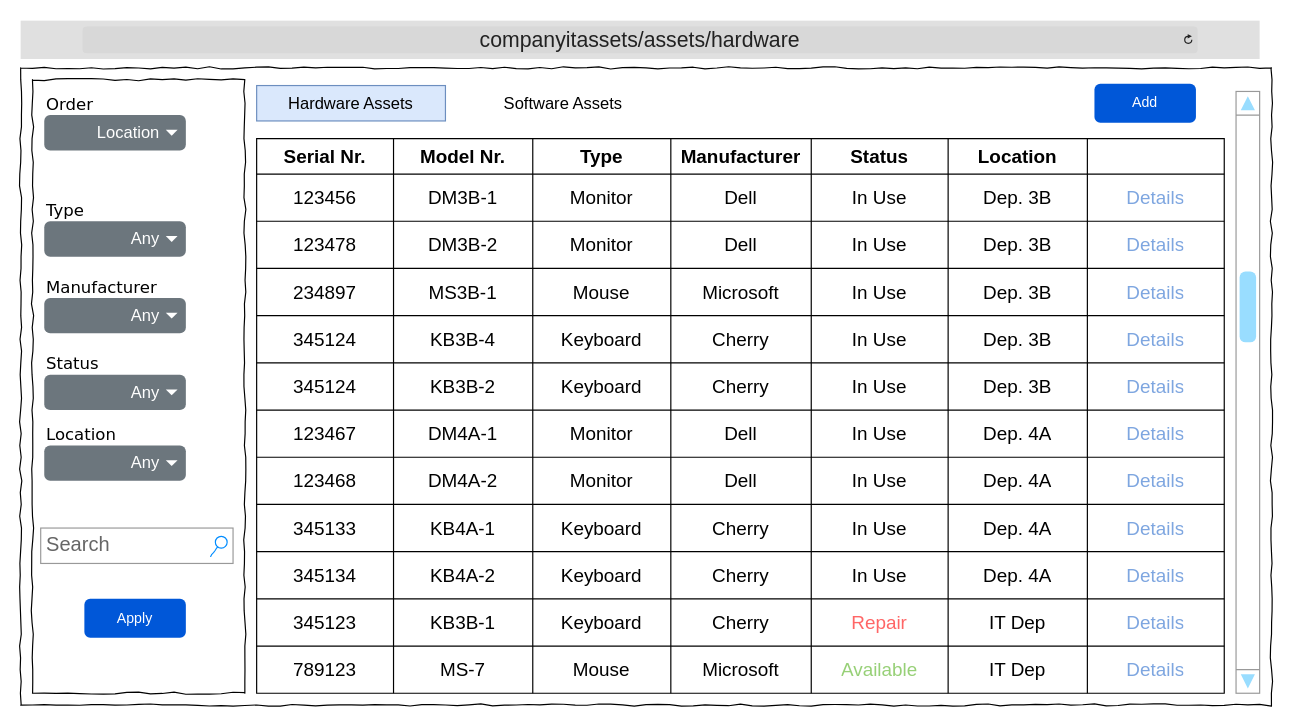
Before: Wireframes/ITAT_HWAssets_Index.drawio in TRed91/ITAssetTracking, a draw.io diagram. Source tidied: cells renumbered, new cells numbered last; positions are measured from the earlier drawing's top-left corner, leaving out a move shared by most shapes. Both pictures are drawn from the tidied source at 118%, with x=0, y=0 at pixel (20, 20).
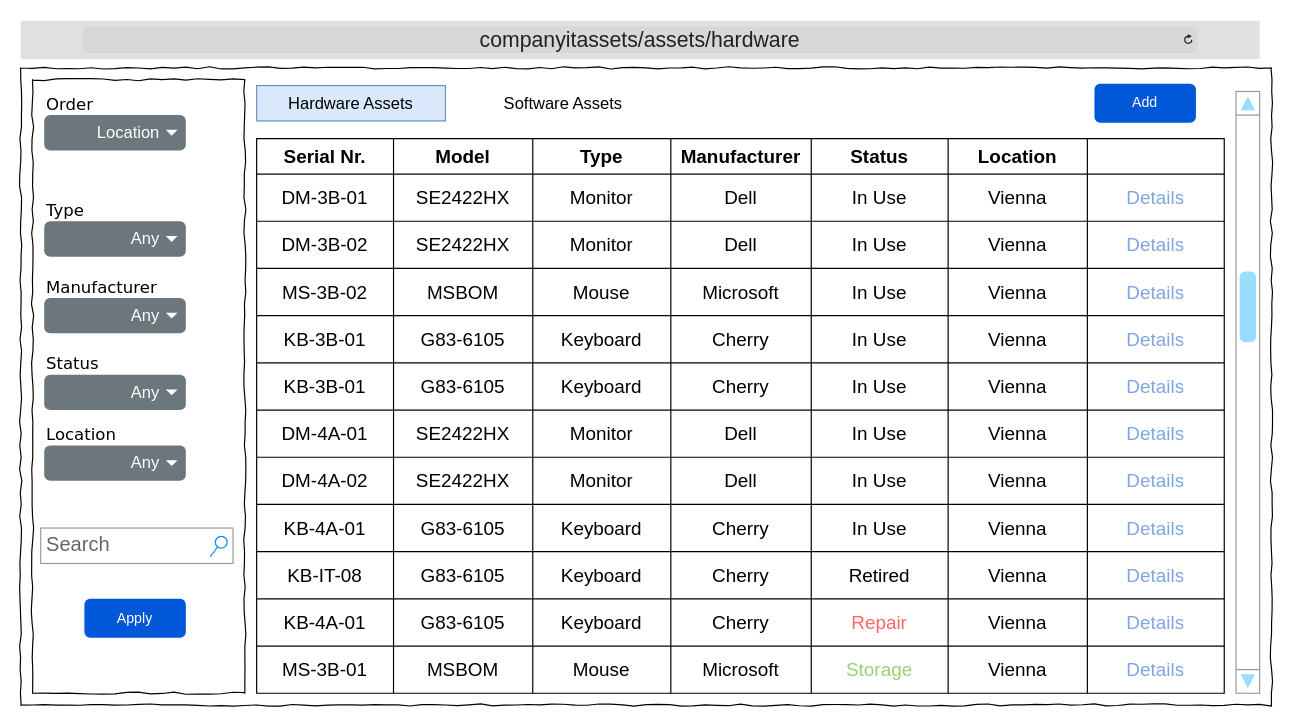
The same diagram, later.

The change refers to these unchanged cells:
```xml
<mxCell id="6" style="shape=tableRow;horizontal=0;startSize=0;swimlaneHead=0;swimlaneBody=0;strokeColor=inherit;top=0;left=0;bottom=0;right=0;fillColor=none;fontSize=16;" parent="5" vertex="1">
  <mxGeometry width="820" height="30" as="geometry" />
</mxCell>
<mxCell id="14" style="shape=tableRow;horizontal=0;startSize=0;swimlaneHead=0;swimlaneBody=0;strokeColor=inherit;top=0;left=0;bottom=0;right=0;fillColor=none;fontSize=16;" parent="5" vertex="1">
  <mxGeometry y="30" width="820" height="40" as="geometry" />
</mxCell>
<mxCell id="22" style="shape=tableRow;horizontal=0;startSize=0;swimlaneHead=0;swimlaneBody=0;strokeColor=inherit;top=0;left=0;bottom=0;right=0;fillColor=none;fontSize=16;" parent="5" vertex="1">
  <mxGeometry y="70" width="820" height="40" as="geometry" />
</mxCell>
<mxCell id="30" style="shape=tableRow;horizontal=0;startSize=0;swimlaneHead=0;swimlaneBody=0;strokeColor=inherit;top=0;left=0;bottom=0;right=0;fillColor=none;fontSize=16;" parent="5" vertex="1">
  <mxGeometry y="110" width="820" height="40" as="geometry" />
</mxCell>
<mxCell id="38" style="shape=tableRow;horizontal=0;startSize=0;swimlaneHead=0;swimlaneBody=0;strokeColor=inherit;top=0;left=0;bottom=0;right=0;fillColor=none;fontSize=16;" parent="5" vertex="1">
  <mxGeometry y="150" width="820" height="40" as="geometry" />
</mxCell>
<mxCell id="46" style="shape=tableRow;horizontal=0;startSize=0;swimlaneHead=0;swimlaneBody=0;strokeColor=inherit;top=0;left=0;bottom=0;right=0;fillColor=none;fontSize=16;" parent="5" vertex="1">
  <mxGeometry y="190" width="820" height="40" as="geometry" />
</mxCell>
<mxCell id="54" style="shape=tableRow;horizontal=0;startSize=0;swimlaneHead=0;swimlaneBody=0;strokeColor=inherit;top=0;left=0;bottom=0;right=0;fillColor=none;fontSize=16;" parent="5" vertex="1">
  <mxGeometry y="230" width="820" height="40" as="geometry" />
</mxCell>
<mxCell id="62" style="shape=tableRow;horizontal=0;startSize=0;swimlaneHead=0;swimlaneBody=0;strokeColor=inherit;top=0;left=0;bottom=0;right=0;fillColor=none;fontSize=16;" parent="5" vertex="1">
  <mxGeometry y="270" width="820" height="40" as="geometry" />
</mxCell>
<mxCell id="70" style="shape=tableRow;horizontal=0;startSize=0;swimlaneHead=0;swimlaneBody=0;strokeColor=inherit;top=0;left=0;bottom=0;right=0;fillColor=none;fontSize=16;" parent="5" vertex="1">
  <mxGeometry y="310" width="820" height="40" as="geometry" />
</mxCell>
<mxCell id="78" style="shape=tableRow;horizontal=0;startSize=0;swimlaneHead=0;swimlaneBody=0;strokeColor=inherit;top=0;left=0;bottom=0;right=0;fillColor=none;fontSize=16;" parent="5" vertex="1">
  <mxGeometry y="350" width="820" height="40" as="geometry" />
</mxCell>
<mxCell id="86" style="shape=tableRow;horizontal=0;startSize=0;swimlaneHead=0;swimlaneBody=0;strokeColor=inherit;top=0;left=0;bottom=0;right=0;fillColor=none;fontSize=16;" parent="5" vertex="1">
  <mxGeometry y="390" width="820" height="40" as="geometry" />
</mxCell>
<mxCell id="94" style="shape=tableRow;horizontal=0;startSize=0;swimlaneHead=0;swimlaneBody=0;strokeColor=inherit;top=0;left=0;bottom=0;right=0;fillColor=none;fontSize=16;" parent="5" vertex="1">
  <mxGeometry y="430" width="820" height="40" as="geometry" />
</mxCell>
```

Diff of the diagram source:
```diff
@@
-    <mxCell id="8" value="&lt;b&gt;Model Nr.&lt;/b&gt;" style="shape=partialRectangle;html=1;whiteSpace=wrap;strokeColor=inherit;overflow=hidden;fillColor=none;top=0;left=0;bottom=0;right=0;fontSize=16;" parent="6" vertex="1">
+    <mxCell id="8" value="&lt;b&gt;Model&lt;/b&gt;" style="shape=partialRectangle;html=1;whiteSpace=wrap;strokeColor=inherit;overflow=hidden;fillColor=none;top=0;left=0;bottom=0;right=0;fontSize=16;" parent="6" vertex="1">
       <mxGeometry x="116" width="118" height="30" as="geometry" />
     </mxCell>
@@
-    <mxCell id="15" value="123456" style="shape=partialRectangle;html=1;whiteSpace=wrap;strokeColor=inherit;overflow=hidden;fillColor=none;top=0;left=0;bottom=0;right=0;fontSize=16;" parent="14" vertex="1">
+    <mxCell id="15" value="DM-3B-01" style="shape=partialRectangle;html=1;whiteSpace=wrap;strokeColor=inherit;overflow=hidden;fillColor=none;top=0;left=0;bottom=0;right=0;fontSize=16;" parent="14" vertex="1">
       <mxGeometry width="116" height="40" as="geometry" />
     </mxCell>
-    <mxCell id="16" value="DM3B-1" style="shape=partialRectangle;html=1;whiteSpace=wrap;strokeColor=inherit;overflow=hidden;fillColor=none;top=0;left=0;bottom=0;right=0;fontSize=16;" parent="14" vertex="1">
+    <mxCell id="16" value="SE2422HX" style="shape=partialRectangle;html=1;whiteSpace=wrap;strokeColor=inherit;overflow=hidden;fillColor=none;top=0;left=0;bottom=0;right=0;fontSize=16;" parent="14" vertex="1">
       <mxGeometry x="116" width="118" height="40" as="geometry" />
     </mxCell>
@@
-    <mxCell id="20" value="Dep. 3B" style="shape=partialRectangle;html=1;whiteSpace=wrap;strokeColor=inherit;overflow=hidden;fillColor=none;top=0;left=0;bottom=0;right=0;fontSize=16;" parent="14" vertex="1">
+    <mxCell id="20" value="Vienna" style="shape=partialRectangle;html=1;whiteSpace=wrap;strokeColor=inherit;overflow=hidden;fillColor=none;top=0;left=0;bottom=0;right=0;fontSize=16;" parent="14" vertex="1">
       <mxGeometry x="586" width="118" height="40" as="geometry" />
     </mxCell>
@@
-    <mxCell id="23" value="123478" style="shape=partialRectangle;html=1;whiteSpace=wrap;strokeColor=inherit;overflow=hidden;fillColor=none;top=0;left=0;bottom=0;right=0;fontSize=16;" parent="22" vertex="1">
+    <mxCell id="23" value="DM-3B-02" style="shape=partialRectangle;html=1;whiteSpace=wrap;strokeColor=inherit;overflow=hidden;fillColor=none;top=0;left=0;bottom=0;right=0;fontSize=16;" parent="22" vertex="1">
       <mxGeometry width="116" height="40" as="geometry" />
     </mxCell>
-    <mxCell id="24" value="DM3B-2" style="shape=partialRectangle;html=1;whiteSpace=wrap;strokeColor=inherit;overflow=hidden;fillColor=none;top=0;left=0;bottom=0;right=0;fontSize=16;" parent="22" vertex="1">
+    <mxCell id="24" value="SE2422HX" style="shape=partialRectangle;html=1;whiteSpace=wrap;strokeColor=inherit;overflow=hidden;fillColor=none;top=0;left=0;bottom=0;right=0;fontSize=16;" parent="22" vertex="1">
       <mxGeometry x="116" width="118" height="40" as="geometry" />
     </mxCell>
@@
-    <mxCell id="28" value="Dep. 3B" style="shape=partialRectangle;html=1;whiteSpace=wrap;strokeColor=inherit;overflow=hidden;fillColor=none;top=0;left=0;bottom=0;right=0;fontSize=16;" parent="22" vertex="1">
+    <mxCell id="28" value="Vienna" style="shape=partialRectangle;html=1;whiteSpace=wrap;strokeColor=inherit;overflow=hidden;fillColor=none;top=0;left=0;bottom=0;right=0;fontSize=16;" parent="22" vertex="1">
       <mxGeometry x="586" width="118" height="40" as="geometry" />
     </mxCell>
@@
-    <mxCell id="31" value="234897" style="shape=partialRectangle;html=1;whiteSpace=wrap;strokeColor=inherit;overflow=hidden;fillColor=none;top=0;left=0;bottom=0;right=0;fontSize=16;" parent="30" vertex="1">
+    <mxCell id="31" value="MS-3B-02" style="shape=partialRectangle;html=1;whiteSpace=wrap;strokeColor=inherit;overflow=hidden;fillColor=none;top=0;left=0;bottom=0;right=0;fontSize=16;" parent="30" vertex="1">
       <mxGeometry width="116" height="40" as="geometry" />
     </mxCell>
-    <mxCell id="32" value="MS3B-1" style="shape=partialRectangle;html=1;whiteSpace=wrap;strokeColor=inherit;overflow=hidden;fillColor=none;top=0;left=0;bottom=0;right=0;fontSize=16;" parent="30" vertex="1">
+    <mxCell id="32" value="MSBOM" style="shape=partialRectangle;html=1;whiteSpace=wrap;strokeColor=inherit;overflow=hidden;fillColor=none;top=0;left=0;bottom=0;right=0;fontSize=16;" parent="30" vertex="1">
       <mxGeometry x="116" width="118" height="40" as="geometry" />
     </mxCell>
@@
-    <mxCell id="36" value="Dep. 3B" style="shape=partialRectangle;html=1;whiteSpace=wrap;strokeColor=inherit;overflow=hidden;fillColor=none;top=0;left=0;bottom=0;right=0;fontSize=16;" parent="30" vertex="1">
+    <mxCell id="36" value="Vienna" style="shape=partialRectangle;html=1;whiteSpace=wrap;strokeColor=inherit;overflow=hidden;fillColor=none;top=0;left=0;bottom=0;right=0;fontSize=16;" parent="30" vertex="1">
       <mxGeometry x="586" width="118" height="40" as="geometry" />
     </mxCell>
@@
-    <mxCell id="39" value="345124" style="shape=partialRectangle;html=1;whiteSpace=wrap;strokeColor=inherit;overflow=hidden;fillColor=none;top=0;left=0;bottom=0;right=0;fontSize=16;" parent="38" vertex="1">
+    <mxCell id="39" value="KB-3B-01" style="shape=partialRectangle;html=1;whiteSpace=wrap;strokeColor=inherit;overflow=hidden;fillColor=none;top=0;left=0;bottom=0;right=0;fontSize=16;" parent="38" vertex="1">
       <mxGeometry width="116" height="40" as="geometry" />
     </mxCell>
-    <mxCell id="40" value="KB3B-4" style="shape=partialRectangle;html=1;whiteSpace=wrap;strokeColor=inherit;overflow=hidden;fillColor=none;top=0;left=0;bottom=0;right=0;fontSize=16;" parent="38" vertex="1">
+    <mxCell id="40" value="G83-6105" style="shape=partialRectangle;html=1;whiteSpace=wrap;strokeColor=inherit;overflow=hidden;fillColor=none;top=0;left=0;bottom=0;right=0;fontSize=16;" parent="38" vertex="1">
       <mxGeometry x="116" width="118" height="40" as="geometry" />
     </mxCell>
@@
-    <mxCell id="44" value="Dep. 3B" style="shape=partialRectangle;html=1;whiteSpace=wrap;strokeColor=inherit;overflow=hidden;fillColor=none;top=0;left=0;bottom=0;right=0;fontSize=16;" parent="38" vertex="1">
+    <mxCell id="44" value="Vienna" style="shape=partialRectangle;html=1;whiteSpace=wrap;strokeColor=inherit;overflow=hidden;fillColor=none;top=0;left=0;bottom=0;right=0;fontSize=16;" parent="38" vertex="1">
       <mxGeometry x="586" width="118" height="40" as="geometry" />
     </mxCell>
@@
-    <mxCell id="47" value="345124" style="shape=partialRectangle;html=1;whiteSpace=wrap;strokeColor=inherit;overflow=hidden;fillColor=none;top=0;left=0;bottom=0;right=0;fontSize=16;" parent="46" vertex="1">
+    <mxCell id="47" value="KB-3B-01" style="shape=partialRectangle;html=1;whiteSpace=wrap;strokeColor=inherit;overflow=hidden;fillColor=none;top=0;left=0;bottom=0;right=0;fontSize=16;" parent="46" vertex="1">
       <mxGeometry width="116" height="40" as="geometry" />
     </mxCell>
-    <mxCell id="48" value="KB3B-2" style="shape=partialRectangle;html=1;whiteSpace=wrap;strokeColor=inherit;overflow=hidden;fillColor=none;top=0;left=0;bottom=0;right=0;fontSize=16;" parent="46" vertex="1">
+    <mxCell id="48" value="G83-6105" style="shape=partialRectangle;html=1;whiteSpace=wrap;strokeColor=inherit;overflow=hidden;fillColor=none;top=0;left=0;bottom=0;right=0;fontSize=16;" parent="46" vertex="1">
       <mxGeometry x="116" width="118" height="40" as="geometry" />
     </mxCell>
@@
-    <mxCell id="52" value="Dep. 3B" style="shape=partialRectangle;html=1;whiteSpace=wrap;strokeColor=inherit;overflow=hidden;fillColor=none;top=0;left=0;bottom=0;right=0;fontSize=16;" parent="46" vertex="1">
+    <mxCell id="52" value="Vienna" style="shape=partialRectangle;html=1;whiteSpace=wrap;strokeColor=inherit;overflow=hidden;fillColor=none;top=0;left=0;bottom=0;right=0;fontSize=16;" parent="46" vertex="1">
       <mxGeometry x="586" width="118" height="40" as="geometry" />
     </mxCell>
@@
-    <mxCell id="55" value="123467" style="shape=partialRectangle;html=1;whiteSpace=wrap;strokeColor=inherit;overflow=hidden;fillColor=none;top=0;left=0;bottom=0;right=0;fontSize=16;" parent="54" vertex="1">
+    <mxCell id="55" value="DM-4A-01" style="shape=partialRectangle;html=1;whiteSpace=wrap;strokeColor=inherit;overflow=hidden;fillColor=none;top=0;left=0;bottom=0;right=0;fontSize=16;" parent="54" vertex="1">
       <mxGeometry width="116" height="40" as="geometry" />
     </mxCell>
-    <mxCell id="56" value="DM4A-1" style="shape=partialRectangle;html=1;whiteSpace=wrap;strokeColor=inherit;overflow=hidden;fillColor=none;top=0;left=0;bottom=0;right=0;fontSize=16;" parent="54" vertex="1">
+    <mxCell id="56" value="SE2422HX" style="shape=partialRectangle;html=1;whiteSpace=wrap;strokeColor=inherit;overflow=hidden;fillColor=none;top=0;left=0;bottom=0;right=0;fontSize=16;" parent="54" vertex="1">
       <mxGeometry x="116" width="118" height="40" as="geometry" />
     </mxCell>
@@
-    <mxCell id="60" value="Dep. 4A" style="shape=partialRectangle;html=1;whiteSpace=wrap;strokeColor=inherit;overflow=hidden;fillColor=none;top=0;left=0;bottom=0;right=0;fontSize=16;" parent="54" vertex="1">
+    <mxCell id="60" value="Vienna" style="shape=partialRectangle;html=1;whiteSpace=wrap;strokeColor=inherit;overflow=hidden;fillColor=none;top=0;left=0;bottom=0;right=0;fontSize=16;" parent="54" vertex="1">
       <mxGeometry x="586" width="118" height="40" as="geometry" />
     </mxCell>
@@
-    <mxCell id="63" value="123468" style="shape=partialRectangle;html=1;whiteSpace=wrap;strokeColor=inherit;overflow=hidden;fillColor=none;top=0;left=0;bottom=0;right=0;fontSize=16;" parent="62" vertex="1">
+    <mxCell id="63" value="DM-4A-02" style="shape=partialRectangle;html=1;whiteSpace=wrap;strokeColor=inherit;overflow=hidden;fillColor=none;top=0;left=0;bottom=0;right=0;fontSize=16;" parent="62" vertex="1">
       <mxGeometry width="116" height="40" as="geometry" />
     </mxCell>
-    <mxCell id="64" value="DM4A-2" style="shape=partialRectangle;html=1;whiteSpace=wrap;strokeColor=inherit;overflow=hidden;fillColor=none;top=0;left=0;bottom=0;right=0;fontSize=16;" parent="62" vertex="1">
+    <mxCell id="64" value="SE2422HX" style="shape=partialRectangle;html=1;whiteSpace=wrap;strokeColor=inherit;overflow=hidden;fillColor=none;top=0;left=0;bottom=0;right=0;fontSize=16;" parent="62" vertex="1">
       <mxGeometry x="116" width="118" height="40" as="geometry" />
     </mxCell>
@@
-    <mxCell id="68" value="Dep. 4A" style="shape=partialRectangle;html=1;whiteSpace=wrap;strokeColor=inherit;overflow=hidden;fillColor=none;top=0;left=0;bottom=0;right=0;fontSize=16;" parent="62" vertex="1">
+    <mxCell id="68" value="Vienna" style="shape=partialRectangle;html=1;whiteSpace=wrap;strokeColor=inherit;overflow=hidden;fillColor=none;top=0;left=0;bottom=0;right=0;fontSize=16;" parent="62" vertex="1">
       <mxGeometry x="586" width="118" height="40" as="geometry" />
     </mxCell>
@@
-    <mxCell id="71" value="345133" style="shape=partialRectangle;html=1;whiteSpace=wrap;strokeColor=inherit;overflow=hidden;fillColor=none;top=0;left=0;bottom=0;right=0;fontSize=16;" parent="70" vertex="1">
+    <mxCell id="71" value="KB-4A-01" style="shape=partialRectangle;html=1;whiteSpace=wrap;strokeColor=inherit;overflow=hidden;fillColor=none;top=0;left=0;bottom=0;right=0;fontSize=16;" parent="70" vertex="1">
       <mxGeometry width="116" height="40" as="geometry" />
     </mxCell>
-    <mxCell id="72" value="KB4A-1" style="shape=partialRectangle;html=1;whiteSpace=wrap;strokeColor=inherit;overflow=hidden;fillColor=none;top=0;left=0;bottom=0;right=0;fontSize=16;" parent="70" vertex="1">
+    <mxCell id="72" value="G83-6105" style="shape=partialRectangle;html=1;whiteSpace=wrap;strokeColor=inherit;overflow=hidden;fillColor=none;top=0;left=0;bottom=0;right=0;fontSize=16;" parent="70" vertex="1">
       <mxGeometry x="116" width="118" height="40" as="geometry" />
     </mxCell>
@@
-    <mxCell id="76" value="Dep. 4A" style="shape=partialRectangle;html=1;whiteSpace=wrap;strokeColor=inherit;overflow=hidden;fillColor=none;top=0;left=0;bottom=0;right=0;fontSize=16;" parent="70" vertex="1">
+    <mxCell id="76" value="Vienna" style="shape=partialRectangle;html=1;whiteSpace=wrap;strokeColor=inherit;overflow=hidden;fillColor=none;top=0;left=0;bottom=0;right=0;fontSize=16;" parent="70" vertex="1">
       <mxGeometry x="586" width="118" height="40" as="geometry" />
     </mxCell>
@@
-    <mxCell id="79" value="345134" style="shape=partialRectangle;html=1;whiteSpace=wrap;strokeColor=inherit;overflow=hidden;fillColor=none;top=0;left=0;bottom=0;right=0;fontSize=16;" parent="78" vertex="1">
+    <mxCell id="79" value="KB-IT-08" style="shape=partialRectangle;html=1;whiteSpace=wrap;strokeColor=inherit;overflow=hidden;fillColor=none;top=0;left=0;bottom=0;right=0;fontSize=16;" parent="78" vertex="1">
       <mxGeometry width="116" height="40" as="geometry" />
     </mxCell>
-    <mxCell id="80" value="KB4A-2" style="shape=partialRectangle;html=1;whiteSpace=wrap;strokeColor=inherit;overflow=hidden;fillColor=none;top=0;left=0;bottom=0;right=0;fontSize=16;" parent="78" vertex="1">
+    <mxCell id="80" value="G83-6105" style="shape=partialRectangle;html=1;whiteSpace=wrap;strokeColor=inherit;overflow=hidden;fillColor=none;top=0;left=0;bottom=0;right=0;fontSize=16;" parent="78" vertex="1">
       <mxGeometry x="116" width="118" height="40" as="geometry" />
     </mxCell>
@@
-    <mxCell id="83" value="In Use" style="shape=partialRectangle;html=1;whiteSpace=wrap;strokeColor=inherit;overflow=hidden;fillColor=none;top=0;left=0;bottom=0;right=0;fontSize=16;" parent="78" vertex="1">
+    <mxCell id="83" value="&lt;font style=&quot;color: light-dark(rgb(0, 0, 0), rgb(255, 102, 102));&quot;&gt;Retired&lt;/font&gt;" style="shape=partialRectangle;html=1;whiteSpace=wrap;strokeColor=inherit;overflow=hidden;fillColor=none;top=0;left=0;bottom=0;right=0;fontSize=16;" parent="78" vertex="1">
       <mxGeometry x="470" width="116" height="40" as="geometry" />
     </mxCell>
-    <mxCell id="84" value="Dep. 4A" style="shape=partialRectangle;html=1;whiteSpace=wrap;strokeColor=inherit;overflow=hidden;fillColor=none;top=0;left=0;bottom=0;right=0;fontSize=16;" parent="78" vertex="1">
+    <mxCell id="84" value="Vienna" style="shape=partialRectangle;html=1;whiteSpace=wrap;strokeColor=inherit;overflow=hidden;fillColor=none;top=0;left=0;bottom=0;right=0;fontSize=16;" parent="78" vertex="1">
       <mxGeometry x="586" width="118" height="40" as="geometry" />
     </mxCell>
@@
-    <mxCell id="87" value="345123" style="shape=partialRectangle;html=1;whiteSpace=wrap;strokeColor=inherit;overflow=hidden;fillColor=none;top=0;left=0;bottom=0;right=0;fontSize=16;" parent="86" vertex="1">
+    <mxCell id="87" value="KB-4A-01" style="shape=partialRectangle;html=1;whiteSpace=wrap;strokeColor=inherit;overflow=hidden;fillColor=none;top=0;left=0;bottom=0;right=0;fontSize=16;" parent="86" vertex="1">
       <mxGeometry width="116" height="40" as="geometry" />
     </mxCell>
-    <mxCell id="88" value="KB3B-1" style="shape=partialRectangle;html=1;whiteSpace=wrap;strokeColor=inherit;overflow=hidden;fillColor=none;top=0;left=0;bottom=0;right=0;fontSize=16;" parent="86" vertex="1">
+    <mxCell id="88" value="G83-6105" style="shape=partialRectangle;html=1;whiteSpace=wrap;strokeColor=inherit;overflow=hidden;fillColor=none;top=0;left=0;bottom=0;right=0;fontSize=16;" parent="86" vertex="1">
       <mxGeometry x="116" width="118" height="40" as="geometry" />
     </mxCell>
@@
-    <mxCell id="91" value="&lt;font color=&quot;#ff6666&quot;&gt;Repair&lt;/font&gt;" style="shape=partialRectangle;html=1;whiteSpace=wrap;strokeColor=inherit;overflow=hidden;fillColor=none;top=0;left=0;bottom=0;right=0;fontSize=16;" parent="86" vertex="1">
+    <mxCell id="91" value="&lt;font style=&quot;color: light-dark(rgb(255, 102, 102), rgb(255, 153, 51));&quot;&gt;Repair&lt;/font&gt;" style="shape=partialRectangle;html=1;whiteSpace=wrap;strokeColor=inherit;overflow=hidden;fillColor=none;top=0;left=0;bottom=0;right=0;fontSize=16;" parent="86" vertex="1">
       <mxGeometry x="470" width="116" height="40" as="geometry" />
     </mxCell>
-    <mxCell id="92" value="IT Dep" style="shape=partialRectangle;html=1;whiteSpace=wrap;strokeColor=inherit;overflow=hidden;fillColor=none;top=0;left=0;bottom=0;right=0;fontSize=16;" parent="86" vertex="1">
+    <mxCell id="92" value="Vienna" style="shape=partialRectangle;html=1;whiteSpace=wrap;strokeColor=inherit;overflow=hidden;fillColor=none;top=0;left=0;bottom=0;right=0;fontSize=16;" parent="86" vertex="1">
       <mxGeometry x="586" width="118" height="40" as="geometry" />
     </mxCell>
@@
-    <mxCell id="95" value="789123" style="shape=partialRectangle;html=1;whiteSpace=wrap;strokeColor=inherit;overflow=hidden;fillColor=none;top=0;left=0;bottom=0;right=0;fontSize=16;" parent="94" vertex="1">
+    <mxCell id="95" value="MS-3B-01" style="shape=partialRectangle;html=1;whiteSpace=wrap;strokeColor=inherit;overflow=hidden;fillColor=none;top=0;left=0;bottom=0;right=0;fontSize=16;" parent="94" vertex="1">
       <mxGeometry width="116" height="40" as="geometry" />
     </mxCell>
-    <mxCell id="96" value="MS-7" style="shape=partialRectangle;html=1;whiteSpace=wrap;strokeColor=inherit;overflow=hidden;fillColor=none;top=0;left=0;bottom=0;right=0;fontSize=16;" parent="94" vertex="1">
+    <mxCell id="96" value="MSBOM" style="shape=partialRectangle;html=1;whiteSpace=wrap;strokeColor=inherit;overflow=hidden;fillColor=none;top=0;left=0;bottom=0;right=0;fontSize=16;" parent="94" vertex="1">
       <mxGeometry x="116" width="118" height="40" as="geometry" />
     </mxCell>
@@
-    <mxCell id="99" value="&lt;span style=&quot;color: rgb(151, 208, 119);&quot;&gt;Available&lt;/span&gt;" style="shape=partialRectangle;html=1;whiteSpace=wrap;strokeColor=inherit;overflow=hidden;fillColor=none;top=0;left=0;bottom=0;right=0;fontSize=16;" parent="94" vertex="1">
+    <mxCell id="99" value="&lt;span&gt;&lt;font style=&quot;color: light-dark(rgb(151, 208, 119), rgb(255, 255, 255));&quot;&gt;Storage&lt;/font&gt;&lt;/span&gt;" style="shape=partialRectangle;html=1;whiteSpace=wrap;strokeColor=inherit;overflow=hidden;fillColor=none;top=0;left=0;bottom=0;right=0;fontSize=16;" parent="94" vertex="1">
       <mxGeometry x="470" width="116" height="40" as="geometry" />
     </mxCell>
-    <mxCell id="100" value="IT Dep" style="shape=partialRectangle;html=1;whiteSpace=wrap;strokeColor=inherit;overflow=hidden;fillColor=none;top=0;left=0;bottom=0;right=0;fontSize=16;" parent="94" vertex="1">
+    <mxCell id="100" value="Vienna" style="shape=partialRectangle;html=1;whiteSpace=wrap;strokeColor=inherit;overflow=hidden;fillColor=none;top=0;left=0;bottom=0;right=0;fontSize=16;" parent="94" vertex="1">
       <mxGeometry x="586" width="118" height="40" as="geometry" />
     </mxCell>
```
